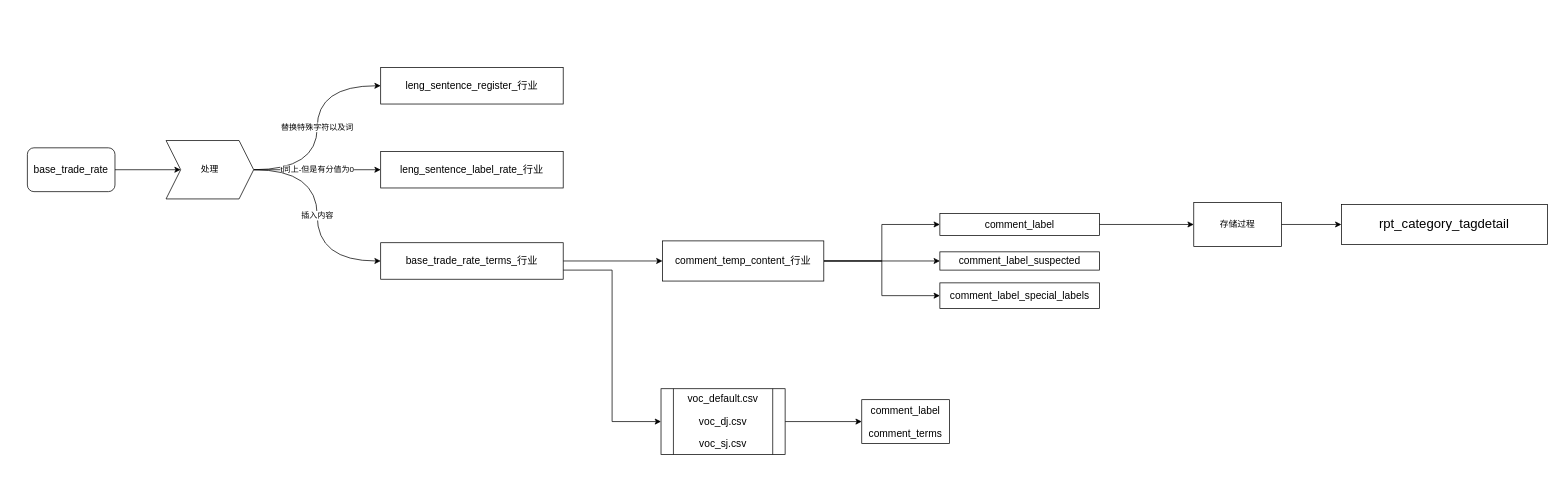
The draw.io diagram 流程图/voc大数据.drawio in xiaoa1/liuchengtu, before the edit. Source tidied: cells renumbered, new cells numbered last; positions are measured from the earlier drawing's top-left corner, leaving out a move shared by most shapes. Both pictures are drawn from the tidied source at 73%, with x=0, y=0 at pixel (27, 67).
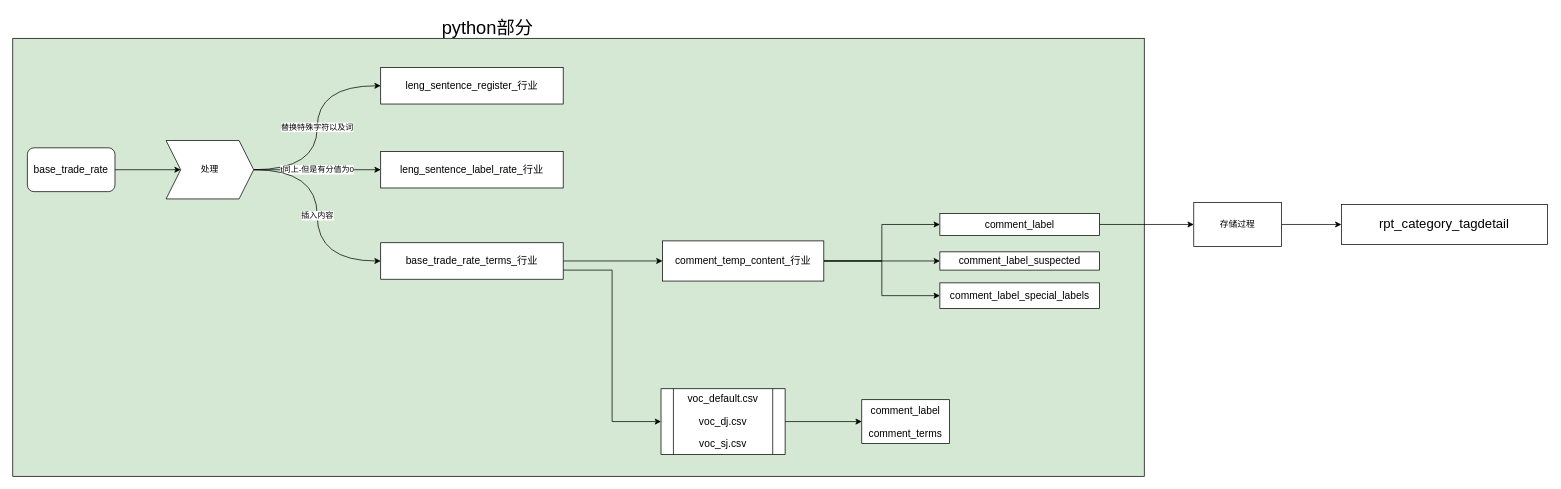
The same page after the edit.

Commit message:
更新voc大数据.drawio

Diff of the diagram source:
```diff
@@
+    <mxCell id="27" style="rounded=0;whiteSpace=wrap;html=1;fillColor=#D5E8D4;" parent="1" vertex="1">
+      <mxGeometry x="-20" y="-40" width="1550" height="600" as="geometry" />
+    </mxCell>
@@
+    <mxCell id="28" value="python部分" style="text;html=1;align=center;verticalAlign=middle;strokeColor=none;fillColor=none;fontSize=25;" parent="1" vertex="1">
+      <mxGeometry x="555" y="-75" width="150" height="40" as="geometry" />
+    </mxCell>
```
